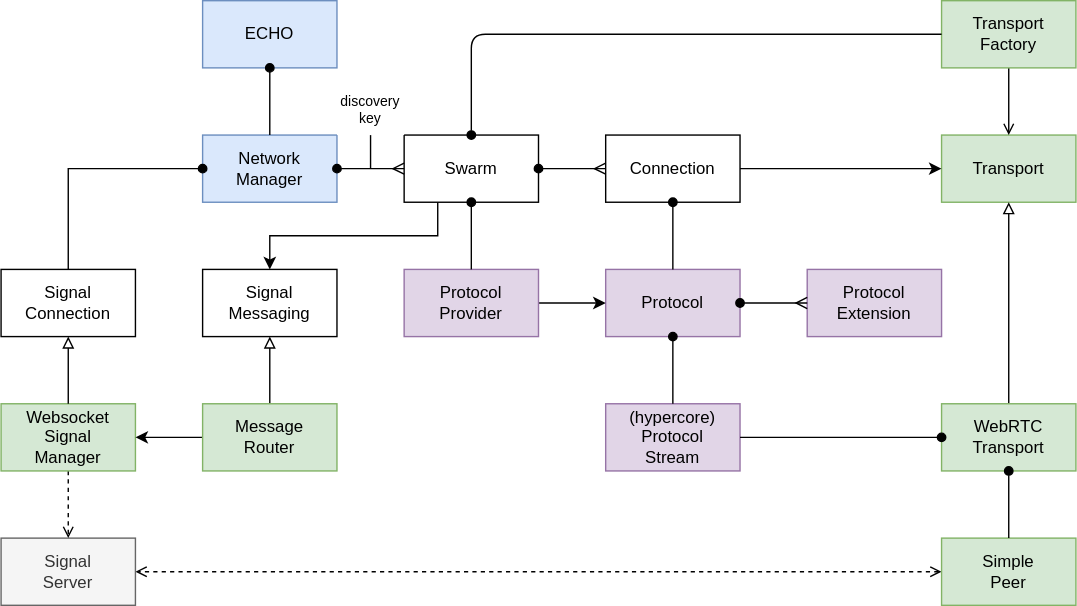
This is docs/docs/design/diagrams/mesh-network-manager.drawio.svg from dxos/dxos, a draw.io export, as it was before one commit. Source tidied: cells renumbered, new cells last; positions are measured from the earlier drawing's top-left corner, leaving out a move shared by most shapes.
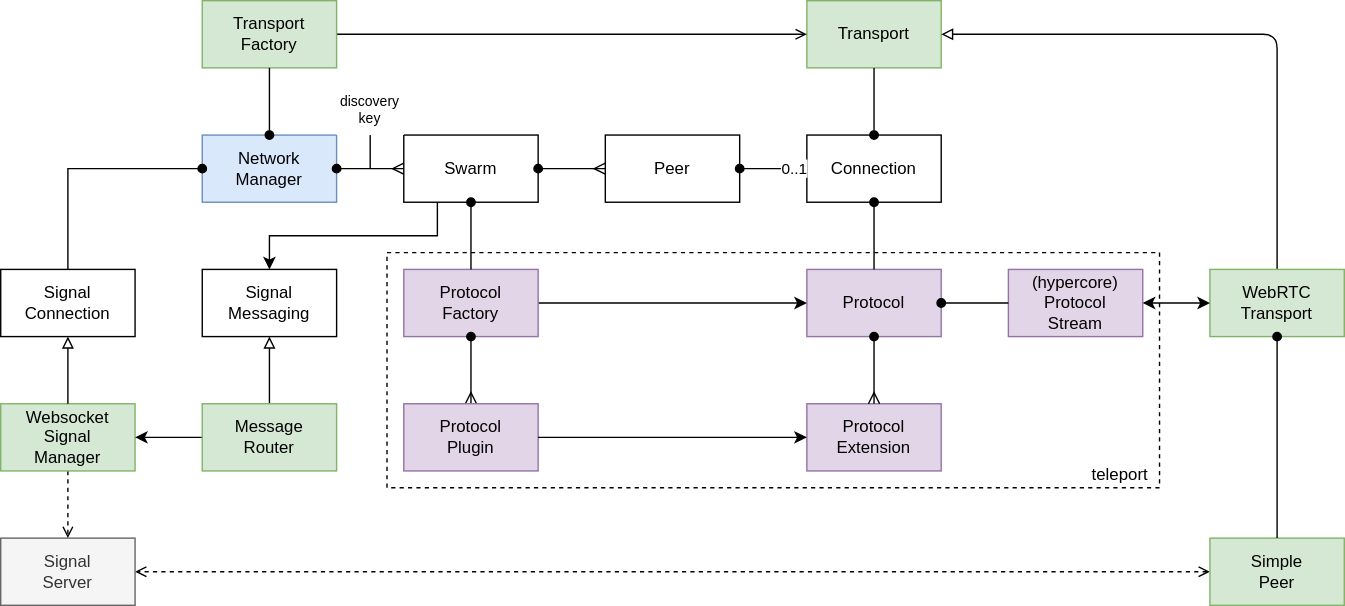
After the commit.

Diff of the diagram source:
```diff
@@ -6,13 +6,17 @@
       <mxGeometry x="144" y="96" width="96" height="48" as="geometry" />
     </mxCell>
     <mxCell id="3" value="Transport" style="rounded=0;whiteSpace=wrap;html=1;fillColor=#d5e8d4;strokeColor=#82b366;" parent="1" vertex="1">
-      <mxGeometry x="672" y="96" width="96" height="48" as="geometry" />
+      <mxGeometry x="576" width="96" height="48" as="geometry" />
     </mxCell>
-    <mxCell id="4" style="edgeStyle=none;html=1;exitX=0.5;exitY=0;exitDx=0;exitDy=0;endArrow=block;endFill=0;entryX=0.5;entryY=1;entryDx=0;entryDy=0;" parent="1" edge="1" source="5" target="3">
-      <mxGeometry relative="1" as="geometry" />
+    <mxCell id="4" style="edgeStyle=none;html=1;exitX=0.5;exitY=0;exitDx=0;exitDy=0;endArrow=block;endFill=0;" parent="1" edge="1" source="5" target="3">
+      <mxGeometry relative="1" as="geometry">
+        <Array as="points">
+          <mxPoint x="912" y="24" />
+        </Array>
+      </mxGeometry>
     </mxCell>
     <mxCell id="5" value="WebRTC&lt;br&gt;Transport" style="rounded=0;whiteSpace=wrap;html=1;fillColor=#d5e8d4;strokeColor=#82b366;" parent="1" vertex="1">
-      <mxGeometry x="672" y="288" width="96" height="48" as="geometry" />
+      <mxGeometry x="864" y="192" width="96" height="48" as="geometry" />
     </mxCell>
     <mxCell id="6" style="edgeStyle=orthogonalEdgeStyle;rounded=0;html=1;exitX=0.25;exitY=1;exitDx=0;exitDy=0;entryX=0.5;entryY=0;entryDx=0;entryDy=0;endArrow=classic;endFill=1;" parent="1" edge="1" source="7" target="37">
       <mxGeometry relative="1" as="geometry" />
@@ -20,13 +24,10 @@
     <mxCell id="7" value="Swarm" style="rounded=0;whiteSpace=wrap;html=1;" parent="1" vertex="1">
       <mxGeometry x="288" y="96" width="96" height="48" as="geometry" />
     </mxCell>
-    <mxCell id="8" style="edgeStyle=none;html=1;exitX=1;exitY=0.5;exitDx=0;exitDy=0;entryX=0;entryY=0.5;entryDx=0;entryDy=0;" parent="1" edge="1" source="9" target="3">
-      <mxGeometry relative="1" as="geometry" />
-    </mxCell>
     <mxCell id="9" value="Connection" style="rounded=0;whiteSpace=wrap;html=1;" parent="1" vertex="1">
-      <mxGeometry x="432" y="96" width="96" height="48" as="geometry" />
+      <mxGeometry x="576" y="96" width="96" height="48" as="geometry" />
     </mxCell>
-    <mxCell id="10" style="edgeStyle=none;html=1;exitX=1;exitY=0.5;exitDx=0;exitDy=0;endArrow=ERmany;endFill=0;startArrow=oval;startFill=1;" parent="1" edge="1" source="7" target="9">
+    <mxCell id="10" style="edgeStyle=none;html=1;exitX=1;exitY=0.5;exitDx=0;exitDy=0;endArrow=ERmany;endFill=0;startArrow=oval;startFill=1;entryX=0;entryY=0.5;entryDx=0;entryDy=0;" parent="1" edge="1" source="7" target="42">
       <mxGeometry relative="1" as="geometry" />
     </mxCell>
     <mxCell id="11" style="edgeStyle=none;html=1;exitX=1;exitY=0.5;exitDx=0;exitDy=0;entryX=0;entryY=0.5;entryDx=0;entryDy=0;startArrow=oval;startFill=1;endArrow=ERmany;endFill=0;" parent="1" edge="1" source="2" target="7">
@@ -36,7 +37,7 @@
       <mxGeometry relative="1" as="geometry" />
     </mxCell>
     <mxCell id="13" value="Simple&lt;br&gt;Peer" style="rounded=0;whiteSpace=wrap;html=1;fillColor=#d5e8d4;strokeColor=#82b366;" parent="1" vertex="1">
-      <mxGeometry x="672" y="384" width="96" height="48" as="geometry" />
+      <mxGeometry x="864" y="384" width="96" height="48" as="geometry" />
     </mxCell>
     <mxCell id="14" style="edgeStyle=none;html=1;exitX=0.5;exitY=1;exitDx=0;exitDy=0;entryX=0.5;entryY=0;entryDx=0;entryDy=0;startArrow=oval;startFill=1;endArrow=none;endFill=0;" parent="1" edge="1" source="5" target="13">
       <mxGeometry relative="1" as="geometry" />
@@ -56,31 +57,25 @@
     <mxCell id="19" style="edgeStyle=orthogonalEdgeStyle;html=1;exitX=0;exitY=0.5;exitDx=0;exitDy=0;startArrow=oval;startFill=1;endArrow=none;endFill=0;rounded=0;entryX=0.5;entryY=0;entryDx=0;entryDy=0;" parent="1" edge="1" source="2" target="38">
       <mxGeometry relative="1" as="geometry" />
     </mxCell>
-    <mxCell id="20" value="ECHO" style="rounded=0;whiteSpace=wrap;html=1;fillColor=#dae8fc;strokeColor=#6c8ebf;" parent="1" vertex="1">
-      <mxGeometry x="144" width="96" height="48" as="geometry" />
-    </mxCell>
-    <mxCell id="21" style="edgeStyle=none;html=1;exitX=0.5;exitY=1;exitDx=0;exitDy=0;startArrow=oval;startFill=1;endArrow=none;endFill=0;" parent="1" edge="1" source="20" target="2">
-      <mxGeometry relative="1" as="geometry" />
-    </mxCell>
     <mxCell id="22" value="Protocol" style="rounded=0;whiteSpace=wrap;html=1;fillColor=#e1d5e7;strokeColor=#9673a6;" parent="1" vertex="1">
-      <mxGeometry x="432" y="192" width="96" height="48" as="geometry" />
+      <mxGeometry x="576" y="192" width="96" height="48" as="geometry" />
     </mxCell>
     <mxCell id="23" value="(hypercore)&lt;br&gt;Protocol&lt;br&gt;Stream" style="rounded=0;whiteSpace=wrap;html=1;fillColor=#e1d5e7;strokeColor=#9673a6;" parent="1" vertex="1">
-      <mxGeometry x="432" y="288" width="96" height="48" as="geometry" />
+      <mxGeometry x="720" y="192" width="96" height="48" as="geometry" />
     </mxCell>
-    <mxCell id="24" style="edgeStyle=none;html=1;exitX=0.5;exitY=1;exitDx=0;exitDy=0;entryX=0.5;entryY=0;entryDx=0;entryDy=0;endArrow=none;endFill=0;startArrow=oval;startFill=1;" parent="1" edge="1" source="22" target="23">
+    <mxCell id="24" style="edgeStyle=none;html=1;endArrow=none;endFill=0;startArrow=oval;startFill=1;" parent="1" edge="1" source="22" target="23">
       <mxGeometry relative="1" as="geometry" />
     </mxCell>
-    <mxCell id="25" style="edgeStyle=none;html=1;exitX=0.5;exitY=1;exitDx=0;exitDy=0;startArrow=none;startFill=0;endArrow=open;endFill=0;" parent="1" edge="1" source="26" target="3">
+    <mxCell id="25" style="edgeStyle=none;html=1;startArrow=none;startFill=0;endArrow=open;endFill=0;" parent="1" edge="1" source="26" target="3">
       <mxGeometry relative="1" as="geometry" />
     </mxCell>
     <mxCell id="26" value="Transport&lt;br&gt;Factory" style="rounded=0;whiteSpace=wrap;html=1;fillColor=#d5e8d4;strokeColor=#82b366;" parent="1" vertex="1">
-      <mxGeometry x="672" width="96" height="48" as="geometry" />
+      <mxGeometry x="144" width="96" height="48" as="geometry" />
     </mxCell>
     <mxCell id="27" style="edgeStyle=none;html=1;exitX=1;exitY=0.5;exitDx=0;exitDy=0;entryX=0;entryY=0.5;entryDx=0;entryDy=0;startArrow=none;startFill=0;endArrow=classic;endFill=1;" parent="1" edge="1" source="28" target="22">
       <mxGeometry relative="1" as="geometry" />
     </mxCell>
-    <mxCell id="28" value="Protocol&lt;br&gt;Provider" style="rounded=0;whiteSpace=wrap;html=1;fillColor=#e1d5e7;strokeColor=#9673a6;" parent="1" vertex="1">
+    <mxCell id="28" value="Protocol&lt;br&gt;Factory" style="rounded=0;whiteSpace=wrap;html=1;fillColor=#e1d5e7;strokeColor=#9673a6;" parent="1" vertex="1">
       <mxGeometry x="288" y="192" width="96" height="48" as="geometry" />
     </mxCell>
     <mxCell id="29" style="edgeStyle=none;html=1;exitX=0.5;exitY=1;exitDx=0;exitDy=0;entryX=0.5;entryY=0;entryDx=0;entryDy=0;startArrow=oval;startFill=1;endArrow=none;endFill=0;" parent="1" edge="1" source="7" target="28">
@@ -89,15 +84,11 @@
     <mxCell id="30" style="edgeStyle=none;html=1;exitX=0.5;exitY=1;exitDx=0;exitDy=0;startArrow=oval;startFill=1;endArrow=none;endFill=0;" parent="1" edge="1" source="9" target="22">
       <mxGeometry relative="1" as="geometry" />
     </mxCell>
-    <mxCell id="31" style="edgeStyle=none;html=1;exitX=0;exitY=0.5;exitDx=0;exitDy=0;entryX=1;entryY=0.5;entryDx=0;entryDy=0;startArrow=oval;startFill=1;endArrow=none;endFill=0;" parent="1" edge="1" source="5" target="23">
+    <mxCell id="31" style="edgeStyle=none;html=1;exitX=0;exitY=0.5;exitDx=0;exitDy=0;startArrow=classic;startFill=1;endArrow=classic;endFill=1;" parent="1" edge="1" source="5" target="23">
       <mxGeometry relative="1" as="geometry" />
     </mxCell>
-    <mxCell id="32" style="edgeStyle=none;html=1;exitX=0.5;exitY=0;exitDx=0;exitDy=0;entryX=0;entryY=0.5;entryDx=0;entryDy=0;startArrow=oval;startFill=1;endArrow=none;endFill=0;" parent="1" edge="1" source="7" target="26">
-      <mxGeometry relative="1" as="geometry">
-        <Array as="points">
-          <mxPoint x="336" y="24" />
-        </Array>
-      </mxGeometry>
+    <mxCell id="32" style="edgeStyle=none;html=1;exitX=0.5;exitY=0;exitDx=0;exitDy=0;startArrow=oval;startFill=1;endArrow=none;endFill=0;" parent="1" edge="1" source="2" target="26">
+      <mxGeometry relative="1" as="geometry" />
     </mxCell>
     <mxCell id="33" style="edgeStyle=orthogonalEdgeStyle;rounded=0;jettySize=auto;html=1;exitX=0.5;exitY=1;exitDx=0;exitDy=0;endArrow=none;endFill=0;" parent="1" edge="1" source="34">
       <mxGeometry relative="1" as="geometry">
@@ -108,9 +99,9 @@
       <mxGeometry x="240" y="60" width="48" height="36" as="geometry" />
     </mxCell>
     <mxCell id="35" value="Protocol&lt;br&gt;Extension" style="rounded=0;whiteSpace=wrap;html=1;fillColor=#e1d5e7;strokeColor=#9673a6;" parent="1" vertex="1">
-      <mxGeometry x="576" y="192" width="96" height="48" as="geometry" />
+      <mxGeometry x="576" y="288" width="96" height="48" as="geometry" />
     </mxCell>
-    <mxCell id="36" style="edgeStyle=orthogonalEdgeStyle;rounded=0;jettySize=auto;html=1;exitX=1;exitY=0.5;exitDx=0;exitDy=0;entryX=0;entryY=0.5;entryDx=0;entryDy=0;startArrow=oval;startFill=1;endArrow=ERmany;endFill=0;" parent="1" edge="1" source="22" target="35">
+    <mxCell id="36" style="edgeStyle=orthogonalEdgeStyle;rounded=0;jettySize=auto;html=1;startArrow=oval;startFill=1;endArrow=ERmany;endFill=0;" parent="1" edge="1" source="22" target="35">
       <mxGeometry relative="1" as="geometry" />
     </mxCell>
     <mxCell id="37" value="Signal&lt;br&gt;Messaging" style="rounded=0;whiteSpace=wrap;html=1;" parent="1" vertex="1">
@@ -128,5 +119,29 @@
     <mxCell id="41" value="Message&lt;br&gt;Router" style="rounded=0;whiteSpace=wrap;html=1;fillColor=#d5e8d4;strokeColor=#82b366;" parent="1" vertex="1">
       <mxGeometry x="144" y="288" width="96" height="48" as="geometry" />
     </mxCell>
+    <mxCell id="42" value="Peer" style="rounded=0;whiteSpace=wrap;html=1;" parent="1" vertex="1">
+      <mxGeometry x="432" y="96" width="96" height="48" as="geometry" />
+    </mxCell>
+    <mxCell id="43" style="edgeStyle=none;html=1;exitX=1;exitY=0.5;exitDx=0;exitDy=0;entryX=0;entryY=0.5;entryDx=0;entryDy=0;startArrow=oval;startFill=1;endArrow=none;endFill=0;" parent="1" edge="1" source="42" target="9">
+      <mxGeometry relative="1" as="geometry" />
+    </mxCell>
+    <mxCell id="44" value="0..1" style="edgeLabel;html=1;align=center;verticalAlign=middle;" parent="43" vertex="1">
+      <mxGeometry x="0.59" relative="1" as="geometry" />
+    </mxCell>
+    <mxCell id="45" style="edgeStyle=orthogonalEdgeStyle;rounded=0;jettySize=auto;html=1;exitX=0.5;exitY=1;exitDx=0;exitDy=0;startArrow=oval;startFill=1;endArrow=ERmany;endFill=0;entryX=0.5;entryY=0;entryDx=0;entryDy=0;" parent="1" edge="1" source="28" target="46">
+      <mxGeometry relative="1" as="geometry" />
+    </mxCell>
+    <mxCell id="46" value="Protocol&lt;br&gt;Plugin" style="rounded=0;whiteSpace=wrap;html=1;fillColor=#e1d5e7;strokeColor=#9673a6;" parent="1" vertex="1">
+      <mxGeometry x="288" y="288" width="96" height="48" as="geometry" />
+    </mxCell>
+    <mxCell id="47" style="edgeStyle=none;html=1;startArrow=none;startFill=0;endArrow=classic;endFill=1;" parent="1" edge="1" source="46" target="35">
+      <mxGeometry relative="1" as="geometry" />
+    </mxCell>
+    <mxCell id="48" value="teleport" style="rounded=0;whiteSpace=wrap;html=1;dashed=1;fillColor=none;verticalAlign=bottom;align=right;spacingRight=6;" parent="1" vertex="1">
+      <mxGeometry x="276" y="180" width="552" height="168" as="geometry" />
+    </mxCell>
+    <mxCell id="8" style="edgeStyle=none;html=1;exitX=0.5;exitY=0;exitDx=0;exitDy=0;startArrow=oval;startFill=1;endArrow=none;endFill=0;" parent="1" edge="1" source="9" target="3">
+      <mxGeometry relative="1" as="geometry" />
+    </mxCell>
   </root>
 </mxGraphModel>
```
